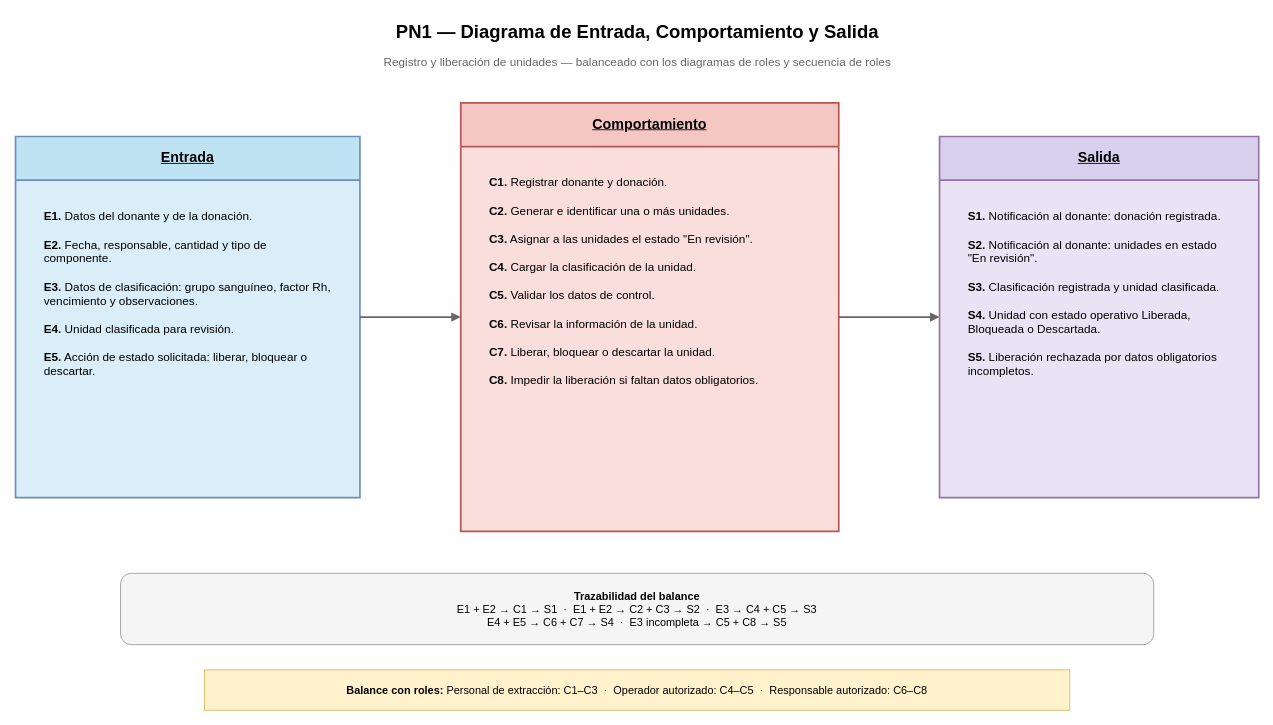
The draw.io diagram Diagramas/Secuencia de Roles/PN1_DiagramaEntradaComportamientoSalida.drawio in juanNH/Ingenieria-de-Software, before the edit. Source tidied: cells renumbered, new cells numbered last; positions are measured from the earlier drawing's top-left corner, leaving out a move shared by most shapes. Both pictures are drawn from the tidied source at 84%, with x=0, y=0 at pixel (15, 14).
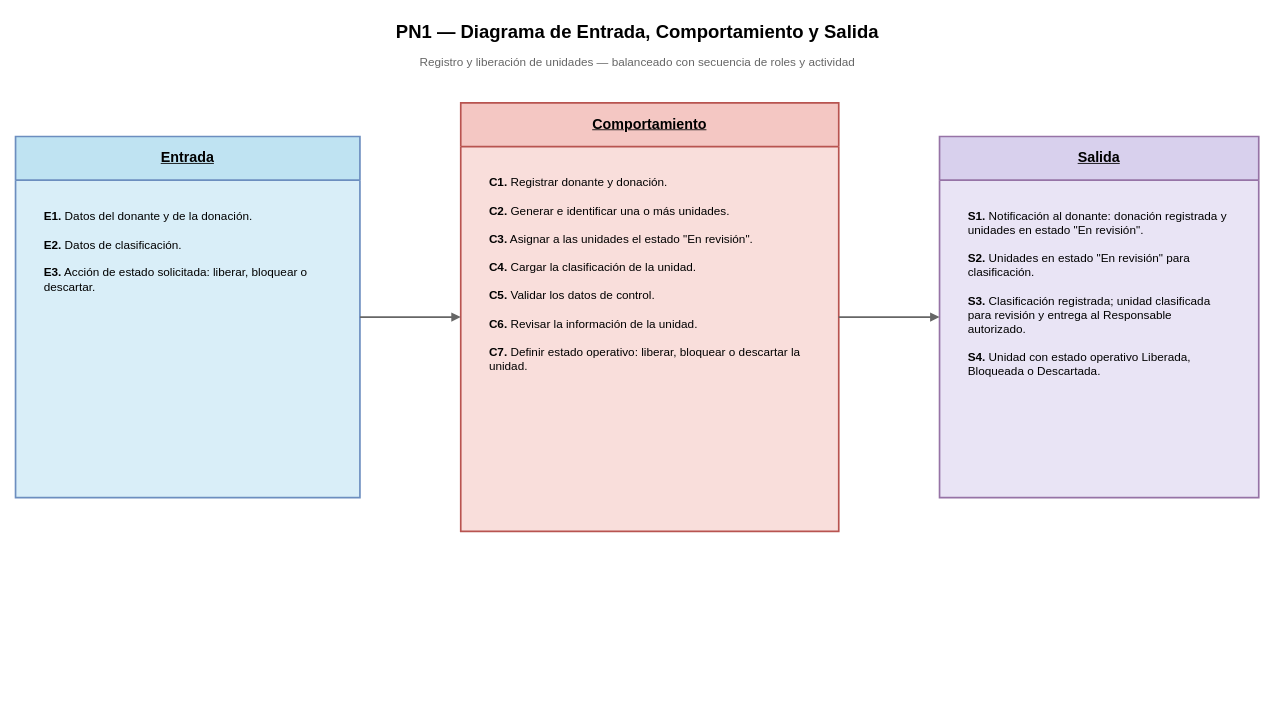
The same page after the edit.

What changed in the source:
```diff
@@
 <mxGraphModel>
   <root>
     <mxCell id="0" />
     <mxCell id="1" parent="0" />
     <mxCell id="2" value="PN1 — Diagrama de Entrada, Comportamiento y Salida" style="text;html=1;strokeColor=none;fillColor=none;fontStyle=1;fontSize=22;align=center;verticalAlign=middle;fontFamily=Arial;" parent="1" vertex="1">
       <mxGeometry x="190" width="1100" height="42" as="geometry" />
     </mxCell>
-    <mxCell id="3" value="Registro y liberación de unidades — balanceado con los diagramas de roles y secuencia de roles" style="text;html=1;strokeColor=none;fillColor=none;fontSize=14;align=center;verticalAlign=middle;fontColor=#666666;fontFamily=Arial;" parent="1" vertex="1">
+    <mxCell id="3" value="Registro y liberación de unidades — balanceado con secuencia de roles y actividad" style="text;html=1;strokeColor=none;fillColor=none;fontSize=14;align=center;verticalAlign=middle;fontColor=#666666;fontFamily=Arial;" parent="1" vertex="1">
       <mxGeometry x="190" y="43" width="1100" height="28" as="geometry" />
     </mxCell>
     <mxCell id="4" value="&lt;b&gt;&lt;u&gt;Entrada&lt;/u&gt;&lt;/b&gt;" style="swimlane;horizontal=1;startSize=52;whiteSpace=wrap;html=1;rounded=0;fillColor=#bfe3f2;swimlaneFillColor=#d9eef8;strokeColor=#6c8ebf;strokeWidth=2;fontSize=17;fontFamily=Arial;align=center;verticalAlign=middle;" parent="1" vertex="1">
       <mxGeometry y="145" width="410" height="430" as="geometry" />
     </mxCell>
-    <mxCell id="5" value="&lt;b&gt;E1.&lt;/b&gt; Datos del donante y de la donación.&lt;br&gt;&lt;br&gt;&lt;b&gt;E2.&lt;/b&gt; Fecha, responsable, cantidad y tipo de componente.&lt;br&gt;&lt;br&gt;&lt;b&gt;E3.&lt;/b&gt; Datos de clasificación: grupo sanguíneo, factor Rh, vencimiento y observaciones.&lt;br&gt;&lt;br&gt;&lt;b&gt;E4.&lt;/b&gt; Unidad clasificada para revisión.&lt;br&gt;&lt;br&gt;&lt;b&gt;E5.&lt;/b&gt; Acción de estado solicitada: liberar, bloquear o descartar." style="text;html=1;strokeColor=none;fillColor=none;whiteSpace=wrap;fontSize=14;fontFamily=Arial;align=left;verticalAlign=top;spacingLeft=12;spacingRight=12;spacingTop=10;" parent="1" vertex="1">
+    <mxCell id="5" value="&lt;b&gt;E1.&lt;/b&gt; Datos del donante y de la donación.&lt;br&gt;&lt;br&gt;&lt;b&gt;E2.&lt;/b&gt; Datos de clasificación.&lt;br&gt;&lt;br&gt;&lt;b&gt;E3.&lt;/b&gt; Acción de estado solicitada: liberar, bloquear o descartar." style="text;html=1;strokeColor=none;fillColor=none;whiteSpace=wrap;fontSize=14;fontFamily=Arial;align=left;verticalAlign=top;spacingLeft=12;spacingRight=12;spacingTop=10;" parent="1" vertex="1">
       <mxGeometry x="20" y="215" width="370" height="335" as="geometry" />
     </mxCell>
     <mxCell id="6" value="&lt;b&gt;&lt;u&gt;Comportamiento&lt;/u&gt;&lt;/b&gt;" style="swimlane;horizontal=1;startSize=52;whiteSpace=wrap;html=1;rounded=0;fillColor=#f4c7c3;swimlaneFillColor=#f9dedb;strokeColor=#b85450;strokeWidth=2;fontSize=17;fontFamily=Arial;align=center;verticalAlign=middle;" parent="1" vertex="1">
       <mxGeometry x="530" y="105" width="450" height="510" as="geometry" />
     </mxCell>
-    <mxCell id="7" value="&lt;b&gt;C1.&lt;/b&gt; Registrar donante y donación.&lt;br&gt;&lt;br&gt;&lt;b&gt;C2.&lt;/b&gt; Generar e identificar una o más unidades.&lt;br&gt;&lt;br&gt;&lt;b&gt;C3.&lt;/b&gt; Asignar a las unidades el estado &amp;quot;En revisión&amp;quot;.&lt;br&gt;&lt;br&gt;&lt;b&gt;C4.&lt;/b&gt; Cargar la clasificación de la unidad.&lt;br&gt;&lt;br&gt;&lt;b&gt;C5.&lt;/b&gt; Validar los datos de control.&lt;br&gt;&lt;br&gt;&lt;b&gt;C6.&lt;/b&gt; Revisar la información de la unidad.&lt;br&gt;&lt;br&gt;&lt;b&gt;C7.&lt;/b&gt; Liberar, bloquear o descartar la unidad.&lt;br&gt;&lt;br&gt;&lt;b&gt;C8.&lt;/b&gt; Impedir la liberación si faltan datos obligatorios." style="text;html=1;strokeColor=none;fillColor=none;whiteSpace=wrap;fontSize=14;fontFamily=Arial;align=left;verticalAlign=top;spacingLeft=12;spacingRight=12;spacingTop=10;" parent="1" vertex="1">
+    <mxCell id="7" value="&lt;b&gt;C1.&lt;/b&gt; Registrar donante y donación.&lt;br&gt;&lt;br&gt;&lt;b&gt;C2.&lt;/b&gt; Generar e identificar una o más unidades.&lt;br&gt;&lt;br&gt;&lt;b&gt;C3.&lt;/b&gt; Asignar a las unidades el estado &amp;quot;En revisión&amp;quot;.&lt;br&gt;&lt;br&gt;&lt;b&gt;C4.&lt;/b&gt; Cargar la clasificación de la unidad.&lt;br&gt;&lt;br&gt;&lt;b&gt;C5.&lt;/b&gt; Validar los datos de control.&lt;br&gt;&lt;br&gt;&lt;b&gt;C6.&lt;/b&gt; Revisar la información de la unidad.&lt;br&gt;&lt;br&gt;&lt;b&gt;C7.&lt;/b&gt; Definir estado operativo: liberar, bloquear o descartar la unidad." style="text;html=1;strokeColor=none;fillColor=none;whiteSpace=wrap;fontSize=14;fontFamily=Arial;align=left;verticalAlign=top;spacingLeft=12;spacingRight=12;spacingTop=10;" parent="1" vertex="1">
       <mxGeometry x="550" y="175" width="410" height="415" as="geometry" />
     </mxCell>
     <mxCell id="8" value="&lt;b&gt;&lt;u&gt;Salida&lt;/u&gt;&lt;/b&gt;" style="swimlane;horizontal=1;startSize=52;whiteSpace=wrap;html=1;rounded=0;fillColor=#d8d0ed;swimlaneFillColor=#e9e4f5;strokeColor=#9673a6;strokeWidth=2;fontSize=17;fontFamily=Arial;align=center;verticalAlign=middle;" parent="1" vertex="1">
       <mxGeometry x="1100" y="145" width="380" height="430" as="geometry" />
     </mxCell>
-    <mxCell id="9" value="&lt;b&gt;S1.&lt;/b&gt; Notificación al donante: donación registrada.&lt;br&gt;&lt;br&gt;&lt;b&gt;S2.&lt;/b&gt; Notificación al donante: unidades en estado &amp;quot;En revisión&amp;quot;.&lt;br&gt;&lt;br&gt;&lt;b&gt;S3.&lt;/b&gt; Clasificación registrada y unidad clasificada.&lt;br&gt;&lt;br&gt;&lt;b&gt;S4.&lt;/b&gt; Unidad con estado operativo Liberada, Bloqueada o Descartada.&lt;br&gt;&lt;br&gt;&lt;b&gt;S5.&lt;/b&gt; Liberación rechazada por datos obligatorios incompletos." style="text;html=1;strokeColor=none;fillColor=none;whiteSpace=wrap;fontSize=14;fontFamily=Arial;align=left;verticalAlign=top;spacingLeft=12;spacingRight=12;spacingTop=10;" parent="1" vertex="1">
+    <mxCell id="9" value="&lt;b&gt;S1.&lt;/b&gt; Notificación al donante: donación registrada y unidades en estado &amp;quot;En revisión&amp;quot;.&lt;br&gt;&lt;br&gt;&lt;b&gt;S2.&lt;/b&gt; Unidades en estado &amp;quot;En revisión&amp;quot; para clasificación.&lt;br&gt;&lt;br&gt;&lt;b&gt;S3.&lt;/b&gt; Clasificación registrada; unidad clasificada para revisión y entrega al Responsable autorizado.&lt;br&gt;&lt;br&gt;&lt;b&gt;S4.&lt;/b&gt; Unidad con estado operativo Liberada, Bloqueada o Descartada." style="text;html=1;strokeColor=none;fillColor=none;whiteSpace=wrap;fontSize=14;fontFamily=Arial;align=left;verticalAlign=top;spacingLeft=12;spacingRight=12;spacingTop=10;" parent="1" vertex="1">
       <mxGeometry x="1120" y="215" width="340" height="335" as="geometry" />
     </mxCell>
     <mxCell id="10" style="edgeStyle=orthogonalEdgeStyle;rounded=0;html=1;endArrow=block;endFill=1;strokeColor=#666666;strokeWidth=2;" parent="1" edge="1">
       <mxGeometry relative="1" as="geometry">
         <mxPoint x="410" y="360" as="sourcePoint" />
         <mxPoint x="530" y="360" as="targetPoint" />
       </mxGeometry>
     </mxCell>
     <mxCell id="11" style="edgeStyle=orthogonalEdgeStyle;rounded=0;html=1;endArrow=block;endFill=1;strokeColor=#666666;strokeWidth=2;" parent="1" edge="1">
       <mxGeometry relative="1" as="geometry">
         <mxPoint x="980" y="360" as="sourcePoint" />
         <mxPoint x="1100" y="360" as="targetPoint" />
       </mxGeometry>
     </mxCell>
-    <mxCell id="12" value="&lt;b&gt;Trazabilidad del balance&lt;/b&gt;&lt;br&gt;E1 + E2 → C1 → S1 &amp;nbsp;·&amp;nbsp; E1 + E2 → C2 + C3 → S2 &amp;nbsp;·&amp;nbsp; E3 → C4 + C5 → S3&lt;br&gt;E4 + E5 → C6 + C7 → S4 &amp;nbsp;·&amp;nbsp; E3 incompleta → C5 + C8 → S5" style="rounded=1;whiteSpace=wrap;html=1;fillColor=#f5f5f5;strokeColor=#999999;strokeWidth=1;fontSize=13;fontFamily=Arial;align=center;verticalAlign=middle;" parent="1" vertex="1">
-      <mxGeometry x="125" y="665" width="1230" height="85" as="geometry" />
-    </mxCell>
-    <mxCell id="13" value="&lt;b&gt;Balance con roles:&lt;/b&gt; Personal de extracción: C1–C3 &amp;nbsp;·&amp;nbsp; Operador autorizado: C4–C5 &amp;nbsp;·&amp;nbsp; Responsable autorizado: C6–C8" style="rounded=0;whiteSpace=wrap;html=1;fillColor=#fff2cc;strokeColor=#d6b656;fontSize=13;fontFamily=Arial;align=center;verticalAlign=middle;" parent="1" vertex="1">
-      <mxGeometry x="225" y="780" width="1030" height="48" as="geometry" />
-    </mxCell>
   </root>
 </mxGraphModel>
```
